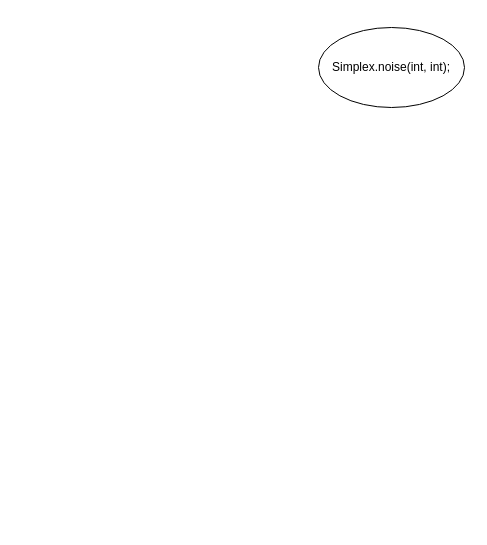
Above: FlowDiagrams.drawio in The2ndGuineaPig/Pink-Noise-Terrain (draw.io), before the change. Source tidied: cells renumbered, new cells numbered last; positions are measured from the earlier drawing's top-left corner, leaving out a move shared by most shapes. Both pictures are drawn from the tidied source at 100%, with x=0, y=0 at pixel (318, 27).
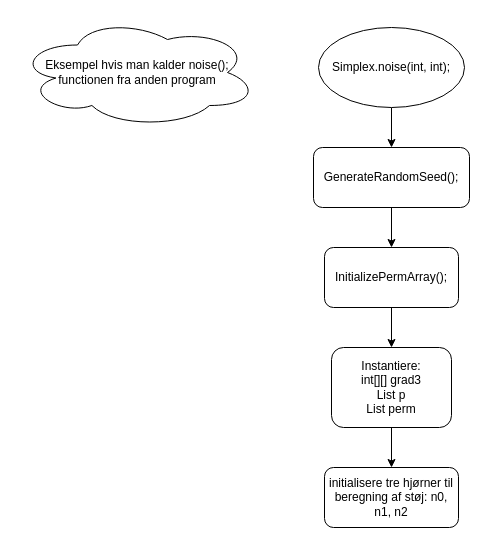
The same page after the edit.

Commit message (it also covers changes not shown here):
Klargøring til synopsis

Ryddede en bette smule op i koden og begyndte at lave på flowdiagram til Simplex.cs

Change to the diagram source:
```diff
@@
 <mxGraphModel>
   <root>
     <mxCell id="0" />
     <mxCell id="1" parent="0" />
+    <mxCell id="3" style="edgeStyle=none;html=1;" parent="1" edge="1" source="2" target="6">
+      <mxGeometry relative="1" as="geometry" />
+    </mxCell>
     <mxCell id="2" value="Simplex.noise(int, int);" style="ellipse;whiteSpace=wrap;html=1;" parent="1" vertex="1">
       <mxGeometry width="146" height="80" as="geometry" />
     </mxCell>
+    <mxCell id="4" value="Eksempel hvis man kalder noise(); functionen fra anden program" style="ellipse;shape=cloud;whiteSpace=wrap;html=1;" parent="1" vertex="1">
+      <mxGeometry x="-301" y="-10" width="240" height="110" as="geometry" />
+    </mxCell>
+    <mxCell id="5" style="edgeStyle=none;html=1;" parent="1" edge="1" source="6" target="8">
+      <mxGeometry relative="1" as="geometry" />
+    </mxCell>
+    <mxCell id="6" value="GenerateRandomSeed();" style="rounded=1;whiteSpace=wrap;html=1;fontFamily=Helvetica;fontSize=12;fontColor=default;align=center;strokeColor=default;fillColor=default;" parent="1" vertex="1">
+      <mxGeometry x="-5" y="120" width="156" height="60" as="geometry" />
+    </mxCell>
+    <mxCell id="7" style="edgeStyle=none;html=1;" parent="1" edge="1" source="8" target="10">
+      <mxGeometry relative="1" as="geometry" />
+    </mxCell>
+    <mxCell id="8" value="InitializePermArray();" style="rounded=1;whiteSpace=wrap;html=1;" parent="1" vertex="1">
+      <mxGeometry x="6" y="220" width="134" height="60" as="geometry" />
+    </mxCell>
+    <mxCell id="9" style="edgeStyle=none;html=1;" parent="1" edge="1" source="10" target="11">
+      <mxGeometry relative="1" as="geometry" />
+    </mxCell>
+    <mxCell id="10" value="Instantiere:&lt;br&gt;int[][] grad3&lt;br&gt;List p&lt;br&gt;List perm" style="whiteSpace=wrap;html=1;rounded=1;" parent="1" vertex="1">
+      <mxGeometry x="13" y="320" width="120" height="80" as="geometry" />
+    </mxCell>
+    <mxCell id="11" value="initialisere tre hjørner til beregning af støj: n0, n1, n2" style="rounded=1;whiteSpace=wrap;html=1;" parent="1" vertex="1">
+      <mxGeometry x="6" y="440" width="134" height="60" as="geometry" />
+    </mxCell>
   </root>
 </mxGraphModel>
```
